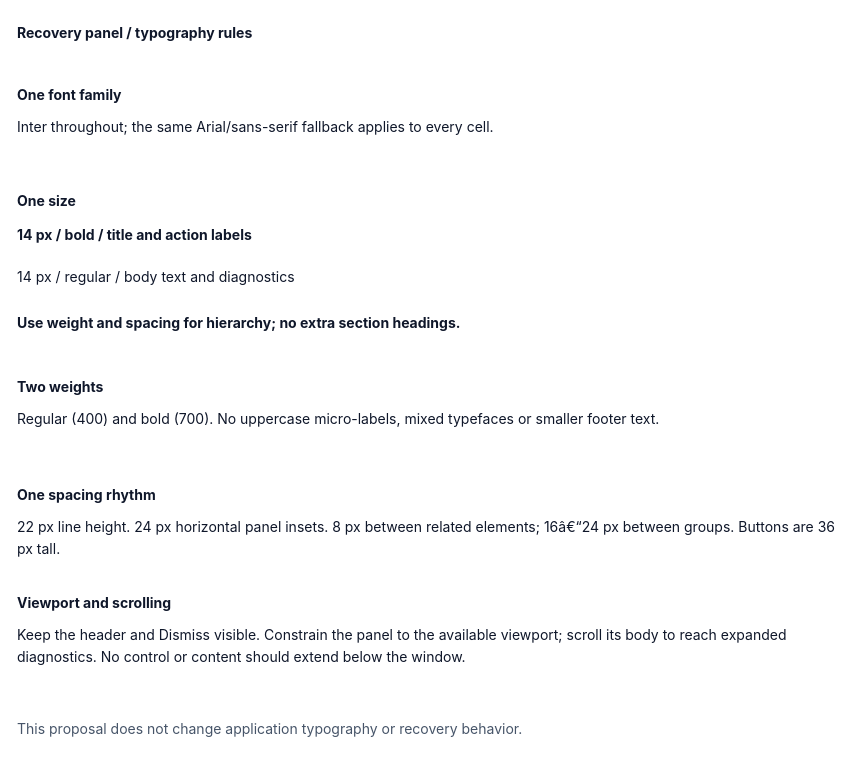
This is page "Typography rules" (4 of 5) of projects/laomedo/subsystems/agent-execution/design/local-runner-recovery.drawio from amadou-6e/specs, a draw.io file, before an edit. Source tidied: cells renumbered, new cells numbered last; positions are measured from the earlier drawing's top-left corner, leaving out a move shared by most shapes. Both pictures are drawn from the tidied source at 100%, with x=0, y=0 at pixel (17, 17).
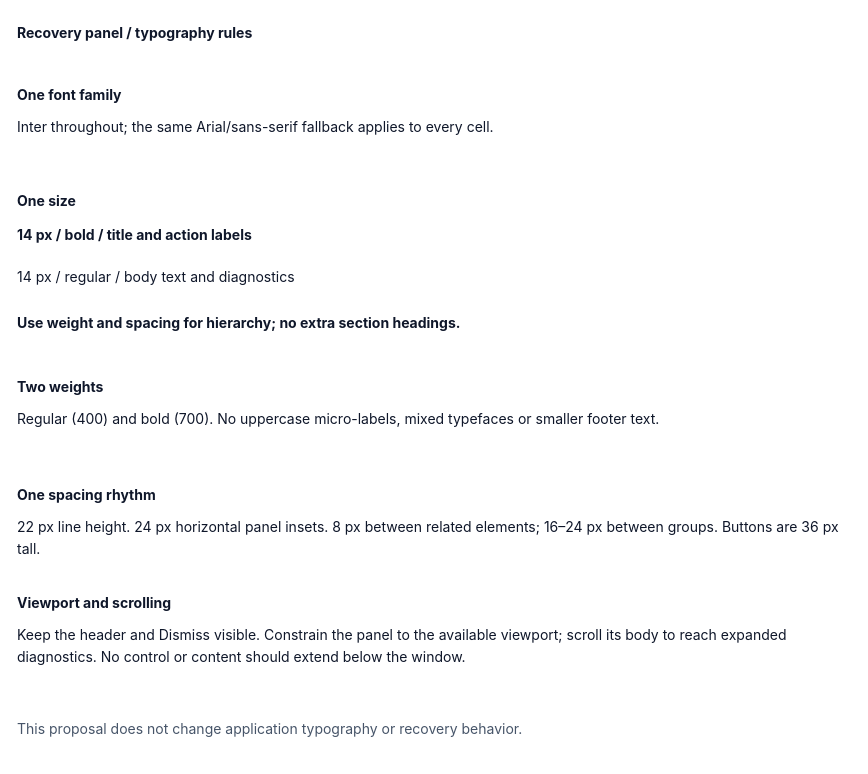
Above is the later version.

What changed in the source:
```diff
@@
 <mxGraphModel>
   <root>
     <mxCell id="0" />
     <mxCell id="1" parent="0" />
     <mxCell id="2" value="&lt;div style=&quot;line-height:22px;&quot;&gt;Recovery panel / typography rules&lt;/div&gt;" style="text;fontFamily=Inter,Arial,sans-serif;fontSize=14;whiteSpace=wrap;html=1;strokeColor=none;fillColor=none;align=left;verticalAlign=top;spacing=0;fontColor=#0F172A;fontStyle=1;" parent="1" vertex="1">
       <mxGeometry width="832" height="24" as="geometry" />
     </mxCell>
     <mxCell id="3" value="&lt;div style=&quot;line-height:22px;&quot;&gt;One font family&lt;/div&gt;" style="text;fontFamily=Inter,Arial,sans-serif;fontSize=14;whiteSpace=wrap;html=1;strokeColor=none;fillColor=none;align=left;verticalAlign=top;spacing=0;fontColor=#0F172A;fontStyle=1;" parent="1" vertex="1">
       <mxGeometry y="62" width="250" height="22" as="geometry" />
     </mxCell>
     <mxCell id="4" value="&lt;div style=&quot;line-height:22px;&quot;&gt;Inter throughout; the same Arial/sans-serif fallback applies to every cell.&lt;/div&gt;" style="text;fontFamily=Inter,Arial,sans-serif;fontSize=14;whiteSpace=wrap;html=1;strokeColor=none;fillColor=none;align=left;verticalAlign=top;spacing=0;fontColor=#0F172A;fontStyle=0;" parent="1" vertex="1">
       <mxGeometry y="94" width="832" height="44" as="geometry" />
     </mxCell>
     <mxCell id="5" value="&lt;div style=&quot;line-height:22px;&quot;&gt;One size&lt;/div&gt;" style="text;fontFamily=Inter,Arial,sans-serif;fontSize=14;whiteSpace=wrap;html=1;strokeColor=none;fillColor=none;align=left;verticalAlign=top;spacing=0;fontColor=#0F172A;fontStyle=1;" parent="1" vertex="1">
       <mxGeometry y="168" width="250" height="22" as="geometry" />
     </mxCell>
     <mxCell id="6" value="&lt;div style=&quot;line-height:22px;&quot;&gt;14 px / bold / title and action labels&lt;/div&gt;" style="text;fontFamily=Inter,Arial,sans-serif;fontSize=14;whiteSpace=wrap;html=1;strokeColor=none;fillColor=none;align=left;verticalAlign=top;spacing=0;fontColor=#0F172A;fontStyle=1;" parent="1" vertex="1">
       <mxGeometry y="202" width="832" height="24" as="geometry" />
     </mxCell>
     <mxCell id="7" value="&lt;div style=&quot;line-height:22px;&quot;&gt;14 px / regular / body text and diagnostics&lt;/div&gt;" style="text;fontFamily=Inter,Arial,sans-serif;fontSize=14;whiteSpace=wrap;html=1;strokeColor=none;fillColor=none;align=left;verticalAlign=top;spacing=0;fontColor=#0F172A;fontStyle=0;" parent="1" vertex="1">
       <mxGeometry y="244" width="832" height="44" as="geometry" />
     </mxCell>
     <mxCell id="8" value="&lt;div style=&quot;line-height:22px;&quot;&gt;Use weight and spacing for hierarchy; no extra section headings.&lt;/div&gt;" style="text;fontFamily=Inter,Arial,sans-serif;fontSize=14;whiteSpace=wrap;html=1;strokeColor=none;fillColor=none;align=left;verticalAlign=top;spacing=0;fontColor=#0F172A;fontStyle=1;" parent="1" vertex="1">
       <mxGeometry y="290" width="832" height="22" as="geometry" />
     </mxCell>
     <mxCell id="9" value="&lt;div style=&quot;line-height:22px;&quot;&gt;Two weights&lt;/div&gt;" style="text;fontFamily=Inter,Arial,sans-serif;fontSize=14;whiteSpace=wrap;html=1;strokeColor=none;fillColor=none;align=left;verticalAlign=top;spacing=0;fontColor=#0F172A;fontStyle=1;" parent="1" vertex="1">
       <mxGeometry y="354" width="250" height="22" as="geometry" />
     </mxCell>
     <mxCell id="10" value="&lt;div style=&quot;line-height:22px;&quot;&gt;Regular (400) and bold (700). No uppercase micro-labels, mixed typefaces or smaller footer text.&lt;/div&gt;" style="text;fontFamily=Inter,Arial,sans-serif;fontSize=14;whiteSpace=wrap;html=1;strokeColor=none;fillColor=none;align=left;verticalAlign=top;spacing=0;fontColor=#0F172A;fontStyle=0;" parent="1" vertex="1">
       <mxGeometry y="386" width="832" height="44" as="geometry" />
     </mxCell>
     <mxCell id="11" value="&lt;div style=&quot;line-height:22px;&quot;&gt;One spacing rhythm&lt;/div&gt;" style="text;fontFamily=Inter,Arial,sans-serif;fontSize=14;whiteSpace=wrap;html=1;strokeColor=none;fillColor=none;align=left;verticalAlign=top;spacing=0;fontColor=#0F172A;fontStyle=1;" parent="1" vertex="1">
       <mxGeometry y="462" width="250" height="22" as="geometry" />
     </mxCell>
-    <mxCell id="12" value="&lt;div style=&quot;line-height:22px;&quot;&gt;22 px line height. 24 px horizontal panel insets. 8 px between related elements; 16â€“24 px between groups. Buttons are 36 px tall.&lt;/div&gt;" style="text;fontFamily=Inter,Arial,sans-serif;fontSize=14;whiteSpace=wrap;html=1;strokeColor=none;fillColor=none;align=left;verticalAlign=top;spacing=0;fontColor=#0F172A;fontStyle=0;" parent="1" vertex="1">
+    <mxCell id="12" value="&lt;div style=&quot;line-height:22px;&quot;&gt;22 px line height. 24 px horizontal panel insets. 8 px between related elements; 16–24 px between groups. Buttons are 36 px tall.&lt;/div&gt;" style="text;fontFamily=Inter,Arial,sans-serif;fontSize=14;whiteSpace=wrap;html=1;strokeColor=none;fillColor=none;align=left;verticalAlign=top;spacing=0;fontColor=#0F172A;fontStyle=0;" parent="1" vertex="1">
       <mxGeometry y="494" width="832" height="44" as="geometry" />
     </mxCell>
     <mxCell id="13" value="&lt;div style=&quot;line-height:22px;&quot;&gt;Viewport and scrolling&lt;/div&gt;" style="text;fontFamily=Inter,Arial,sans-serif;fontSize=14;whiteSpace=wrap;html=1;strokeColor=none;fillColor=none;align=left;verticalAlign=top;spacing=0;fontColor=#0F172A;fontStyle=1;" parent="1" vertex="1">
       <mxGeometry y="570" width="250" height="22" as="geometry" />
     </mxCell>
     <mxCell id="14" value="&lt;div style=&quot;line-height:22px;&quot;&gt;Keep the header and Dismiss visible. Constrain the panel to the available viewport; scroll its body to reach expanded diagnostics. No control or content should extend below the window.&lt;/div&gt;" style="text;fontFamily=Inter,Arial,sans-serif;fontSize=14;whiteSpace=wrap;html=1;strokeColor=none;fillColor=none;align=left;verticalAlign=top;spacing=0;fontColor=#0F172A;fontStyle=0;" parent="1" vertex="1">
       <mxGeometry y="602" width="832" height="66" as="geometry" />
     </mxCell>
     <mxCell id="15" value="&lt;div style=&quot;line-height:22px;&quot;&gt;This proposal does not change application typography or recovery behavior.&lt;/div&gt;" style="text;fontFamily=Inter,Arial,sans-serif;fontSize=14;whiteSpace=wrap;html=1;strokeColor=none;fillColor=none;align=left;verticalAlign=top;spacing=0;fontColor=#475569;fontStyle=0;" parent="1" vertex="1">
       <mxGeometry y="696" width="832" height="44" as="geometry" />
     </mxCell>
   </root>
 </mxGraphModel>
```
